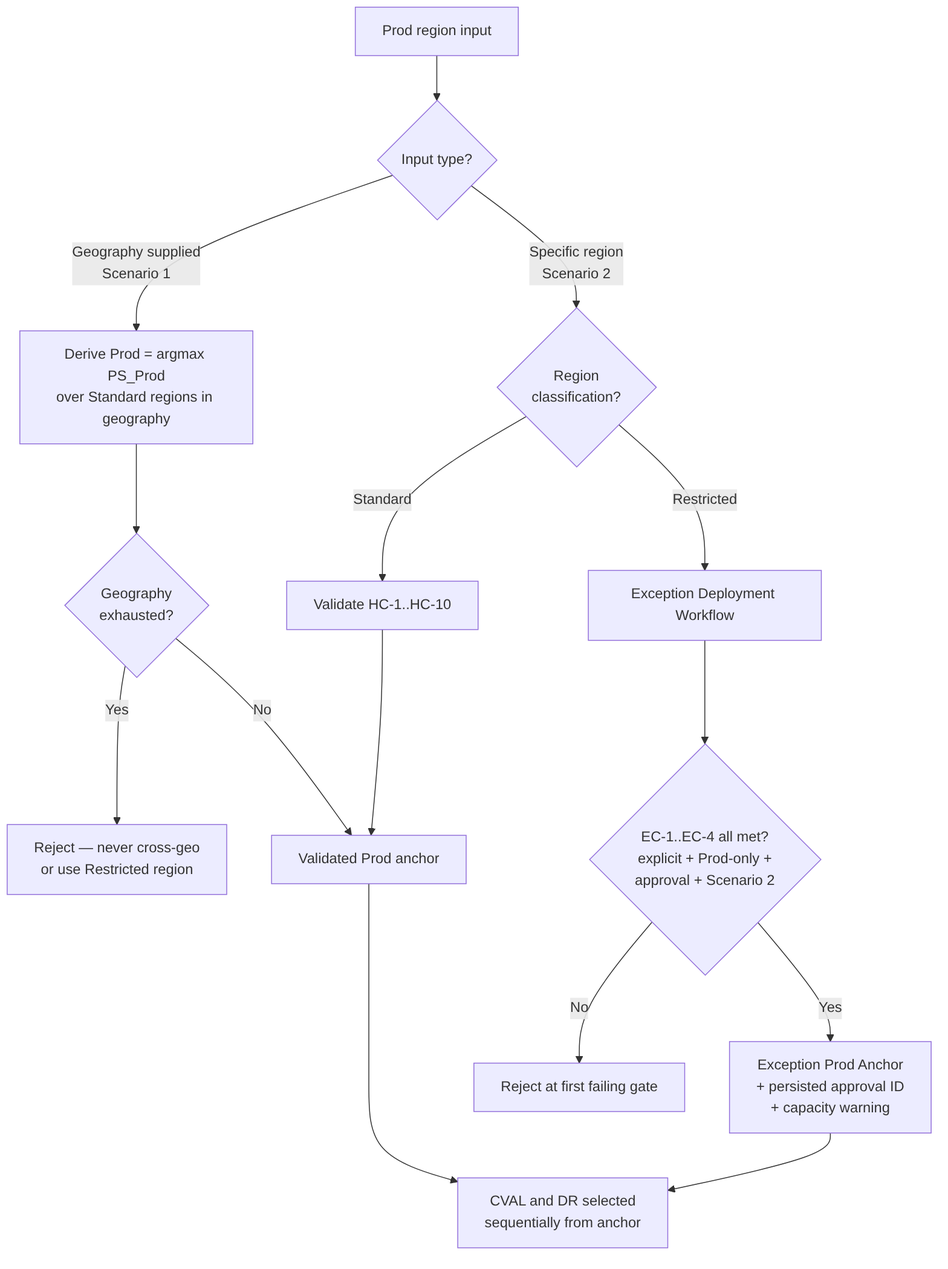
vishnu4573/acrme-capacity-reservation keeps this Mermaid diagram as docs/adr/diagrams/adr001_input_modes.png. Above is the earlier version. Its source is kept beside it as docs/adr/diagrams/adr001_input_modes.mmd. The source it was exported from:
```mermaid
flowchart TD
    A[Prod region input] --> Q1{Input type?}
    Q1 -->|Geography supplied<br/>Scenario 1| G1[Derive Prod = argmax PS_Prod<br/>over Standard regions in geography]
    G1 --> G2{Geography<br/>exhausted?}
    G2 -->|Yes| R1[Reject — never cross-geo<br/>or use Restricted region]
    G2 -->|No| ANCHOR[Validated Prod anchor]
    Q1 -->|Specific region<br/>Scenario 2| S1{Region<br/>classification?}
    S1 -->|Standard| V1[Validate HC-1..HC-10] --> ANCHOR
    S1 -->|Restricted| EC[Exception Deployment Workflow]
    EC --> EC1{EC-1..EC-4 all met?<br/>explicit + Prod-only +<br/>approval + Scenario 2}
    EC1 -->|No| R2[Reject at first failing gate]
    EC1 -->|Yes| ANCHOR2[Exception Prod Anchor<br/>+ persisted approval ID<br/>+ capacity warning]
    ANCHOR --> NEXT[CVAL and DR selected<br/>sequentially from anchor]
    ANCHOR2 --> NEXT
```
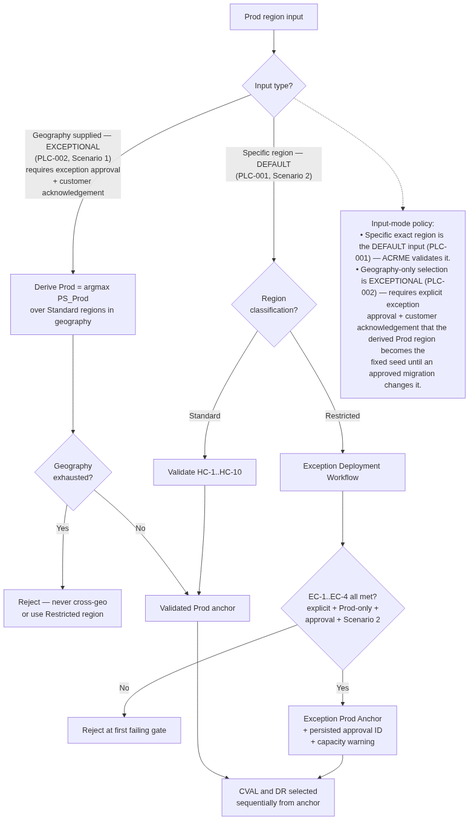
After the commit.

Change to the diagram source:
```diff
@@ -1,10 +1,10 @@
 flowchart TD
     A[Prod region input] --> Q1{Input type?}
-    Q1 -->|Geography supplied<br/>Scenario 1| G1[Derive Prod = argmax PS_Prod<br/>over Standard regions in geography]
+    Q1 -->|"Specific region — DEFAULT<br/>(PLC-001, Scenario 2)"| S1{Region<br/>classification?}
+    Q1 -->|"Geography supplied — EXCEPTIONAL<br/>(PLC-002, Scenario 1)<br/>requires exception approval<br/>+ customer acknowledgement"| G1[Derive Prod = argmax PS_Prod<br/>over Standard regions in geography]
     G1 --> G2{Geography<br/>exhausted?}
     G2 -->|Yes| R1[Reject — never cross-geo<br/>or use Restricted region]
     G2 -->|No| ANCHOR[Validated Prod anchor]
-    Q1 -->|Specific region<br/>Scenario 2| S1{Region<br/>classification?}
     S1 -->|Standard| V1[Validate HC-1..HC-10] --> ANCHOR
     S1 -->|Restricted| EC[Exception Deployment Workflow]
     EC --> EC1{EC-1..EC-4 all met?<br/>explicit + Prod-only +<br/>approval + Scenario 2}
@@ -12,3 +12,6 @@
     EC1 -->|Yes| ANCHOR2[Exception Prod Anchor<br/>+ persisted approval ID<br/>+ capacity warning]
     ANCHOR --> NEXT[CVAL and DR selected<br/>sequentially from anchor]
     ANCHOR2 --> NEXT
+
+    NOTE["Input-mode policy:<br/>• Specific exact region is the DEFAULT input (PLC-001) — ACRME validates it.<br/>• Geography-only selection is EXCEPTIONAL (PLC-002) — requires explicit exception<br/>approval + customer acknowledgement that the derived Prod region becomes the<br/>fixed seed until an approved migration changes it."]
+    Q1 -.-> NOTE
```
